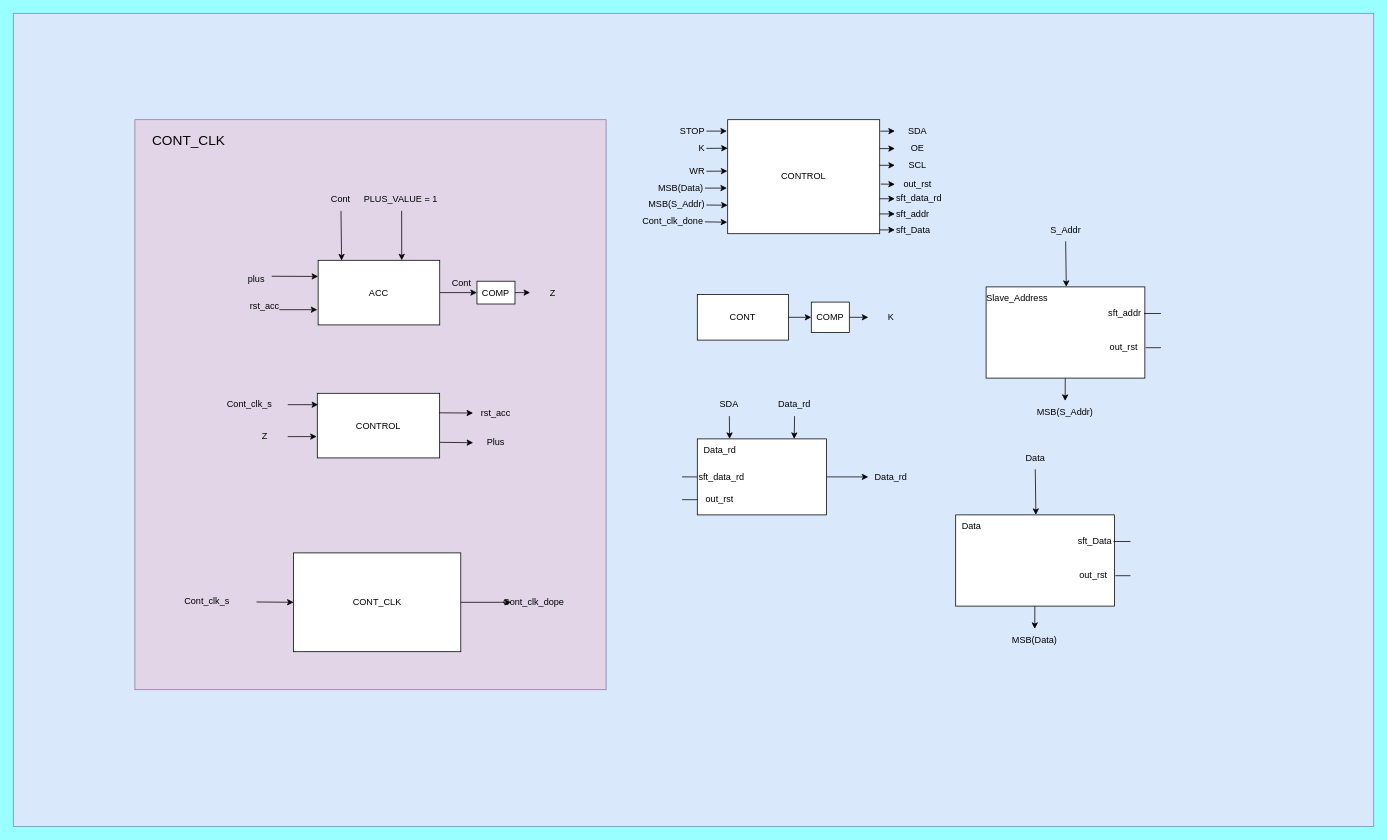
Above: I2C/diagrams/data_path.drawio in DanielPuentes01/Digital_2 (draw.io), before the change. Source tidied: cells renumbered, new cells numbered last; positions are measured from the earlier drawing's top-left corner, leaving out a move shared by most shapes. Both pictures are drawn from the tidied source at 76%, with x=0, y=0 at pixel (13, 13).
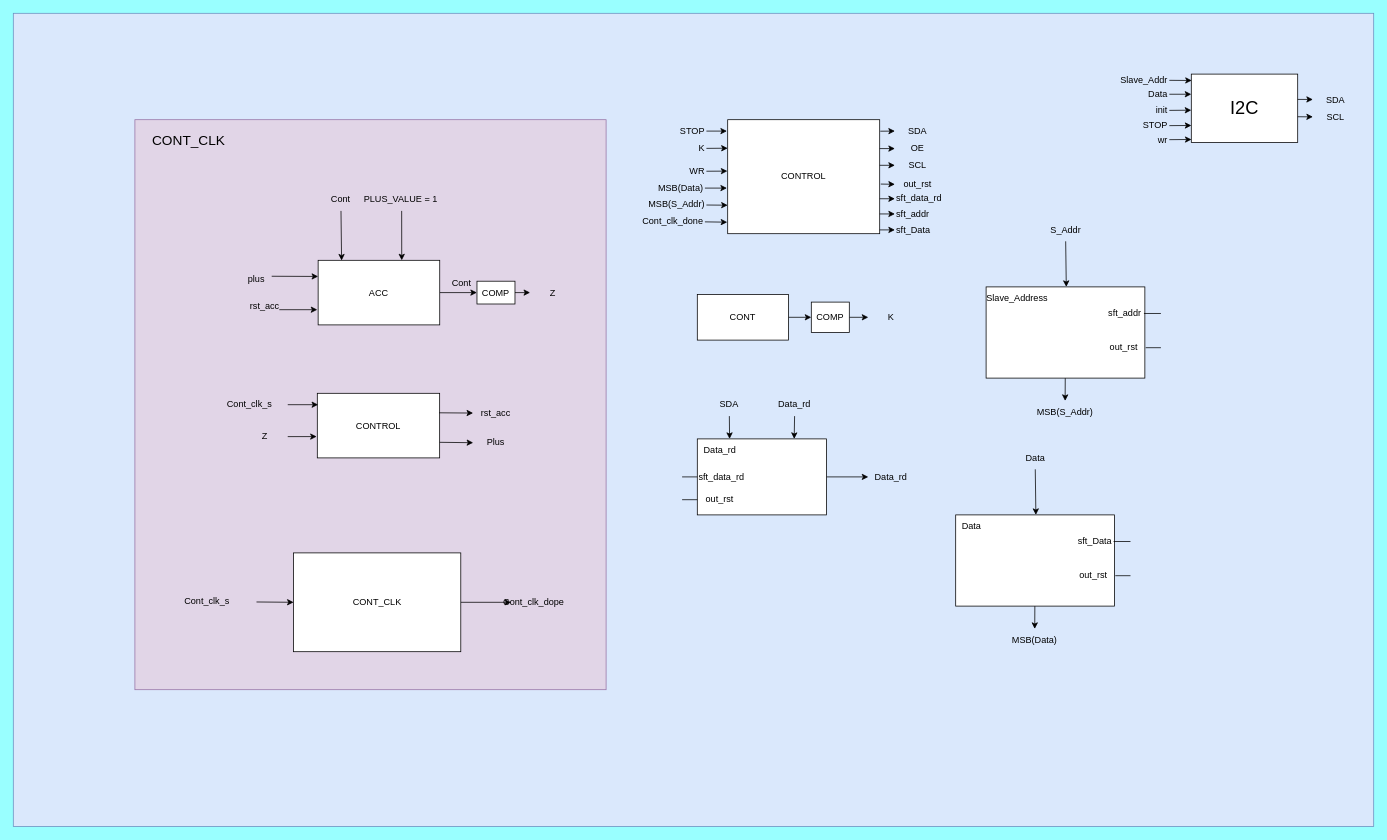
The same diagram, later.

Diff of the diagram source:
```diff
@@
+    <mxCell id="97" value="&lt;font style=&quot;font-size: 24px;&quot;&gt;I2C&lt;/font&gt;" style="rounded=0;whiteSpace=wrap;html=1;" parent="1" vertex="1">
+      <mxGeometry x="1550" y="80" width="140" height="90" as="geometry" />
+    </mxCell>
+    <mxCell id="98" value="Slave_Addr" style="text;html=1;align=right;verticalAlign=middle;whiteSpace=wrap;rounded=0;" parent="1" vertex="1">
+      <mxGeometry x="1461.1" y="73" width="60" height="30" as="geometry" />
+    </mxCell>
+    <mxCell id="99" style="edgeStyle=none;html=1;entryX=0.004;entryY=0.171;entryDx=0;entryDy=0;entryPerimeter=0;" parent="1" edge="1" source="98">
+      <mxGeometry relative="1" as="geometry">
+        <mxPoint x="1550.6" y="88.4" as="targetPoint" />
+      </mxGeometry>
+    </mxCell>
+    <mxCell id="100" style="edgeStyle=none;html=1;entryX=0;entryY=0.5;entryDx=0;entryDy=0;" parent="1" edge="1" source="101">
+      <mxGeometry relative="1" as="geometry">
+        <mxPoint x="1550" y="106.5" as="targetPoint" />
+      </mxGeometry>
+    </mxCell>
+    <mxCell id="101" value="Data" style="text;html=1;align=right;verticalAlign=middle;whiteSpace=wrap;rounded=0;" parent="1" vertex="1">
+      <mxGeometry x="1461.1" y="91.5" width="60" height="30" as="geometry" />
+    </mxCell>
+    <mxCell id="102" style="edgeStyle=none;html=1;entryX=0;entryY=0.75;entryDx=0;entryDy=0;" parent="1" edge="1" source="103">
+      <mxGeometry relative="1" as="geometry">
+        <mxPoint x="1550" y="127.5" as="targetPoint" />
+      </mxGeometry>
+    </mxCell>
+    <mxCell id="103" value="init" style="text;html=1;align=right;verticalAlign=middle;whiteSpace=wrap;rounded=0;" parent="1" vertex="1">
+      <mxGeometry x="1461.1" y="113" width="60" height="30" as="geometry" />
+    </mxCell>
+    <mxCell id="104" value="STOP" style="text;html=1;align=right;verticalAlign=middle;whiteSpace=wrap;rounded=0;" parent="1" vertex="1">
+      <mxGeometry x="1461.1" y="133" width="60" height="30" as="geometry" />
+    </mxCell>
+    <mxCell id="105" style="edgeStyle=none;html=1;entryX=0.001;entryY=0.829;entryDx=0;entryDy=0;entryPerimeter=0;" parent="1" edge="1" source="104">
+      <mxGeometry relative="1" as="geometry">
+        <mxPoint x="1550.1" y="147.6" as="targetPoint" />
+      </mxGeometry>
+    </mxCell>
+    <mxCell id="106" value="wr" style="text;html=1;align=right;verticalAlign=middle;whiteSpace=wrap;rounded=0;" parent="1" vertex="1">
+      <mxGeometry x="1461.1" y="151.5" width="60" height="30" as="geometry" />
+    </mxCell>
+    <mxCell id="107" style="edgeStyle=none;html=1;entryX=0.002;entryY=0.956;entryDx=0;entryDy=0;entryPerimeter=0;" parent="1" edge="1" source="106" target="97">
+      <mxGeometry relative="1" as="geometry" />
+    </mxCell>
+    <mxCell id="108" value="SDA" style="text;html=1;align=center;verticalAlign=middle;whiteSpace=wrap;rounded=0;" parent="1" vertex="1">
+      <mxGeometry x="1710" y="98.5" width="60" height="30" as="geometry" />
+    </mxCell>
+    <mxCell id="109" value="SCL" style="text;html=1;align=center;verticalAlign=middle;whiteSpace=wrap;rounded=0;" parent="1" vertex="1">
+      <mxGeometry x="1710" y="121.5" width="60" height="30" as="geometry" />
+    </mxCell>
+    <mxCell id="110" style="edgeStyle=none;html=1;entryX=1;entryY=0.164;entryDx=0;entryDy=0;entryPerimeter=0;endArrow=none;endFill=0;startArrow=classic;startFill=1;" parent="1" edge="1" source="108">
+      <mxGeometry relative="1" as="geometry">
+        <mxPoint x="1690" y="113.3" as="targetPoint" />
+      </mxGeometry>
+    </mxCell>
+    <mxCell id="111" style="edgeStyle=none;html=1;entryX=1;entryY=0.418;entryDx=0;entryDy=0;entryPerimeter=0;startArrow=classic;startFill=1;endArrow=none;endFill=0;" parent="1" edge="1" source="109">
+      <mxGeometry relative="1" as="geometry">
+        <mxPoint x="1690" y="136.1" as="targetPoint" />
+      </mxGeometry>
+    </mxCell>
```
